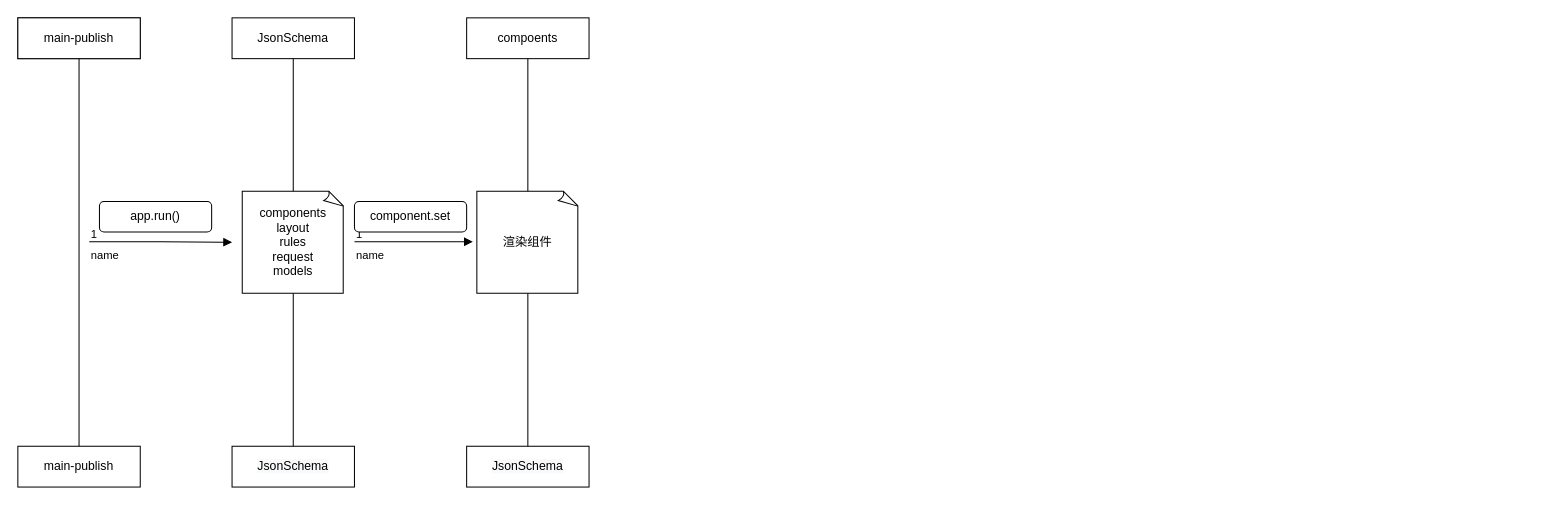
MaZhengA/mzblog keeps this draw.io diagram as 时序图.drawio. Above is the earlier version. Source tidied: cells renumbered, new cells numbered last; positions are measured from the earlier drawing's top-left corner, leaving out a move shared by most shapes. Both pictures are drawn from the tidied source at 102%, with x=0, y=0 at pixel (17, 17).
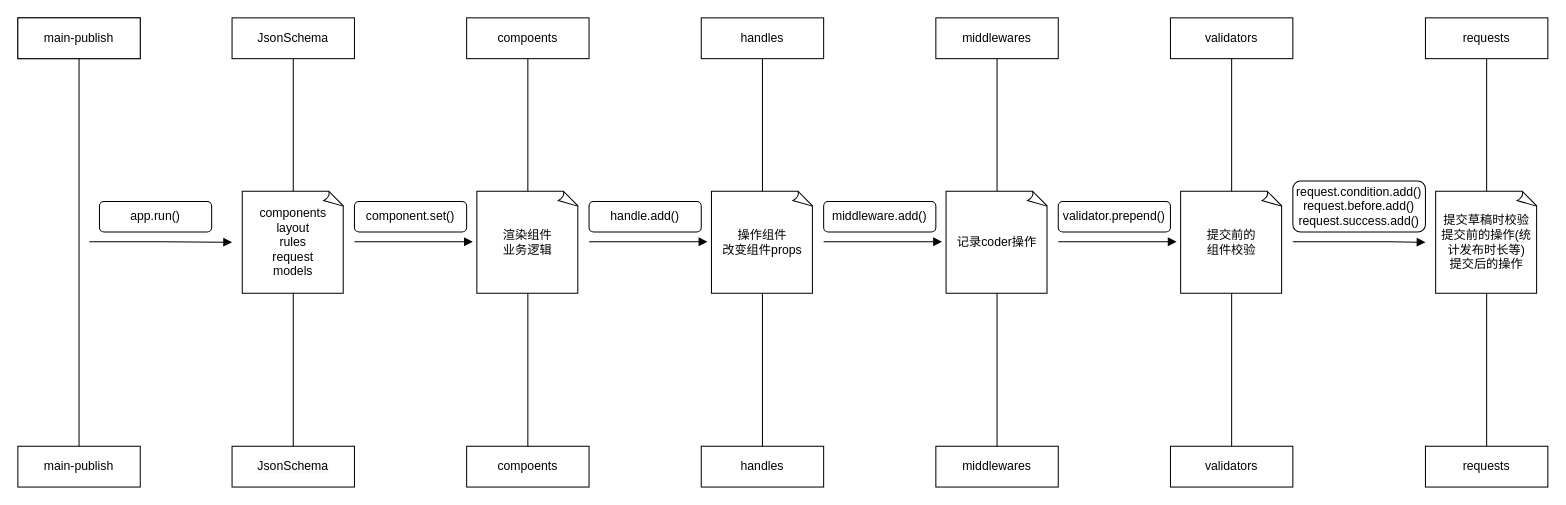
The same page after the edit.

The edit, as a diff of the source:
```diff
@@
-    <mxCell id="9" value="name" style="endArrow=block;endFill=1;html=1;edgeStyle=orthogonalEdgeStyle;align=left;verticalAlign=top;" parent="1" edge="1">
+    <mxCell id="9" style="endArrow=block;endFill=1;html=1;edgeStyle=orthogonalEdgeStyle;align=left;verticalAlign=top;" parent="1" edge="1">
       <mxGeometry x="-1" relative="1" as="geometry">
         <mxPoint x="70" y="219.5" as="sourcePoint" />
         <mxPoint x="210" y="220" as="targetPoint" />
         <Array as="points">
           <mxPoint x="130" y="219.5" />
           <mxPoint x="130" y="219.5" />
         </Array>
       </mxGeometry>
     </mxCell>
-    <mxCell id="10" value="1" style="edgeLabel;html=1;align=left;verticalAlign=bottom;" parent="9" vertex="1">
-      <mxGeometry x="-1" relative="1" as="geometry" />
-    </mxCell>
@@
-    <mxCell id="13" value="&lt;span style=&quot;color: rgb(0, 0, 0); font-family: helvetica; font-size: 12px; font-style: normal; font-weight: 400; letter-spacing: normal; text-align: center; text-indent: 0px; text-transform: none; word-spacing: 0px; background-color: rgb(248, 249, 250); display: inline; float: none;&quot;&gt;JsonSchema&lt;/span&gt;" style="whiteSpace=wrap;html=1;" parent="1" vertex="1">
+    <mxCell id="13" value="compoents" style="whiteSpace=wrap;html=1;" parent="1" vertex="1">
       <mxGeometry x="440" y="420" width="120" height="40" as="geometry" />
     </mxCell>
@@
-    <mxCell id="16" value="渲染组件" style="whiteSpace=wrap;html=1;shape=mxgraph.basic.document;" parent="1" vertex="1">
+    <mxCell id="16" value="渲染组件&lt;br&gt;业务逻辑" style="whiteSpace=wrap;html=1;shape=mxgraph.basic.document;" parent="1" vertex="1">
       <mxGeometry x="450" y="170" width="100" height="100" as="geometry" />
     </mxCell>
-    <mxCell id="17" value="name" style="endArrow=block;endFill=1;html=1;edgeStyle=orthogonalEdgeStyle;align=left;verticalAlign=top;" parent="1" edge="1">
+    <mxCell id="17" style="endArrow=block;endFill=1;html=1;edgeStyle=orthogonalEdgeStyle;align=left;verticalAlign=top;" parent="1" edge="1">
       <mxGeometry x="-1" relative="1" as="geometry">
         <mxPoint x="330" y="219.5" as="sourcePoint" />
         <mxPoint x="446" y="219.5" as="targetPoint" />
         <Array as="points">
           <mxPoint x="416" y="219.5" />
           <mxPoint x="416" y="219.5" />
         </Array>
       </mxGeometry>
     </mxCell>
-    <mxCell id="18" value="1" style="edgeLabel;html=1;align=left;verticalAlign=bottom;" parent="17" vertex="1">
-      <mxGeometry x="-1" relative="1" as="geometry" />
-    </mxCell>
-    <mxCell id="19" value="component.set" style="rounded=1;whiteSpace=wrap;html=1;" parent="1" vertex="1">
+    <mxCell id="19" value="component.set()" style="rounded=1;whiteSpace=wrap;html=1;" parent="1" vertex="1">
       <mxGeometry x="330" y="180" width="110" height="30" as="geometry" />
     </mxCell>
+    <mxCell id="20" value="handles" style="whiteSpace=wrap;html=1;" parent="1" vertex="1">
+      <mxGeometry x="670" y="420" width="120" height="40" as="geometry" />
+    </mxCell>
+    <mxCell id="21" value="handles" style="whiteSpace=wrap;html=1;" parent="1" vertex="1">
+      <mxGeometry x="670" width="120" height="40" as="geometry" />
+    </mxCell>
+    <mxCell id="22" style="endArrow=none;html=1;rounded=0;exitX=0.5;exitY=1;exitDx=0;exitDy=0;entryX=0.5;entryY=0;entryDx=0;entryDy=0;" parent="1" edge="1" source="21" target="20">
+      <mxGeometry relative="1" as="geometry" />
+    </mxCell>
+    <mxCell id="23" value="操作组件&lt;br&gt;改变组件props" style="whiteSpace=wrap;html=1;shape=mxgraph.basic.document;" parent="1" vertex="1">
+      <mxGeometry x="680" y="170" width="100" height="100" as="geometry" />
+    </mxCell>
+    <mxCell id="24" value="handle.add()" style="rounded=1;whiteSpace=wrap;html=1;" parent="1" vertex="1">
+      <mxGeometry x="560" y="180" width="110" height="30" as="geometry" />
+    </mxCell>
+    <mxCell id="25" style="endArrow=block;endFill=1;html=1;edgeStyle=orthogonalEdgeStyle;align=left;verticalAlign=top;" parent="1" edge="1">
+      <mxGeometry x="-1" relative="1" as="geometry">
+        <mxPoint x="560" y="219.5" as="sourcePoint" />
+        <mxPoint x="676" y="219.5" as="targetPoint" />
+        <Array as="points">
+          <mxPoint x="646" y="219.5" />
+          <mxPoint x="646" y="219.5" />
+        </Array>
+      </mxGeometry>
+    </mxCell>
+    <mxCell id="26" value="middlewares" style="whiteSpace=wrap;html=1;" parent="1" vertex="1">
+      <mxGeometry x="900" y="420" width="120" height="40" as="geometry" />
+    </mxCell>
+    <mxCell id="27" value="middlewares" style="whiteSpace=wrap;html=1;" parent="1" vertex="1">
+      <mxGeometry x="900" width="120" height="40" as="geometry" />
+    </mxCell>
+    <mxCell id="28" style="endArrow=none;html=1;rounded=0;exitX=0.5;exitY=1;exitDx=0;exitDy=0;entryX=0.5;entryY=0;entryDx=0;entryDy=0;" parent="1" edge="1" source="27" target="26">
+      <mxGeometry relative="1" as="geometry" />
+    </mxCell>
+    <mxCell id="29" value="记录coder操作" style="whiteSpace=wrap;html=1;shape=mxgraph.basic.document;" parent="1" vertex="1">
+      <mxGeometry x="910" y="170" width="100" height="100" as="geometry" />
+    </mxCell>
+    <mxCell id="30" value="middleware.add()" style="rounded=1;whiteSpace=wrap;html=1;" parent="1" vertex="1">
+      <mxGeometry x="790" y="180" width="110" height="30" as="geometry" />
+    </mxCell>
+    <mxCell id="31" style="endArrow=block;endFill=1;html=1;edgeStyle=orthogonalEdgeStyle;align=left;verticalAlign=top;" parent="1" edge="1">
+      <mxGeometry x="-1" relative="1" as="geometry">
+        <mxPoint x="790" y="219.5" as="sourcePoint" />
+        <mxPoint x="906" y="219.5" as="targetPoint" />
+        <Array as="points">
+          <mxPoint x="876" y="219.5" />
+          <mxPoint x="876" y="219.5" />
+        </Array>
+      </mxGeometry>
+    </mxCell>
+    <mxCell id="32" value="validators" style="whiteSpace=wrap;html=1;" parent="1" vertex="1">
+      <mxGeometry x="1130" y="420" width="120" height="40" as="geometry" />
+    </mxCell>
+    <mxCell id="33" value="validators" style="whiteSpace=wrap;html=1;" parent="1" vertex="1">
+      <mxGeometry x="1130" width="120" height="40" as="geometry" />
+    </mxCell>
+    <mxCell id="34" style="endArrow=none;html=1;rounded=0;exitX=0.5;exitY=1;exitDx=0;exitDy=0;entryX=0.5;entryY=0;entryDx=0;entryDy=0;" parent="1" edge="1" source="33" target="32">
+      <mxGeometry relative="1" as="geometry" />
+    </mxCell>
+    <mxCell id="35" value="提交前的&lt;br&gt;组件校验" style="whiteSpace=wrap;html=1;shape=mxgraph.basic.document;" parent="1" vertex="1">
+      <mxGeometry x="1140" y="170" width="100" height="100" as="geometry" />
+    </mxCell>
+    <mxCell id="36" value="validator.prepend()" style="rounded=1;whiteSpace=wrap;html=1;" parent="1" vertex="1">
+      <mxGeometry x="1020" y="180" width="110" height="30" as="geometry" />
+    </mxCell>
+    <mxCell id="37" style="endArrow=block;endFill=1;html=1;edgeStyle=orthogonalEdgeStyle;align=left;verticalAlign=top;" parent="1" edge="1">
+      <mxGeometry x="-1" relative="1" as="geometry">
+        <mxPoint x="1020" y="219.5" as="sourcePoint" />
+        <mxPoint x="1136" y="219.5" as="targetPoint" />
+        <Array as="points">
+          <mxPoint x="1106" y="219.5" />
+          <mxPoint x="1106" y="219.5" />
+        </Array>
+      </mxGeometry>
+    </mxCell>
+    <mxCell id="38" value="requests" style="whiteSpace=wrap;html=1;" parent="1" vertex="1">
+      <mxGeometry x="1380" y="420" width="120" height="40" as="geometry" />
+    </mxCell>
+    <mxCell id="39" value="requests" style="whiteSpace=wrap;html=1;" parent="1" vertex="1">
+      <mxGeometry x="1380" width="120" height="40" as="geometry" />
+    </mxCell>
+    <mxCell id="40" style="endArrow=none;html=1;rounded=0;exitX=0.5;exitY=1;exitDx=0;exitDy=0;entryX=0.5;entryY=0;entryDx=0;entryDy=0;" parent="1" edge="1" source="39" target="38">
+      <mxGeometry relative="1" as="geometry" />
+    </mxCell>
+    <mxCell id="41" value="提交草稿时校验&lt;br&gt;提交前的操作(统计发布时长等)&lt;br&gt;提交后的操作" style="whiteSpace=wrap;html=1;shape=mxgraph.basic.document;" parent="1" vertex="1">
+      <mxGeometry x="1390" y="170" width="100" height="100" as="geometry" />
+    </mxCell>
+    <mxCell id="42" value="request.condition.add()&lt;br&gt;request.before.add()&lt;br&gt;request.success.add()" style="rounded=1;whiteSpace=wrap;html=1;" parent="1" vertex="1">
+      <mxGeometry x="1250" y="160" width="130" height="50" as="geometry" />
+    </mxCell>
+    <mxCell id="43" style="endArrow=block;endFill=1;html=1;edgeStyle=orthogonalEdgeStyle;align=left;verticalAlign=top;" parent="1" edge="1">
+      <mxGeometry x="-1" relative="1" as="geometry">
+        <mxPoint x="1250" y="219.5" as="sourcePoint" />
+        <mxPoint x="1380" y="220" as="targetPoint" />
+        <Array as="points">
+          <mxPoint x="1336" y="219.5" />
+          <mxPoint x="1336" y="219.5" />
+        </Array>
+      </mxGeometry>
+    </mxCell>
```
